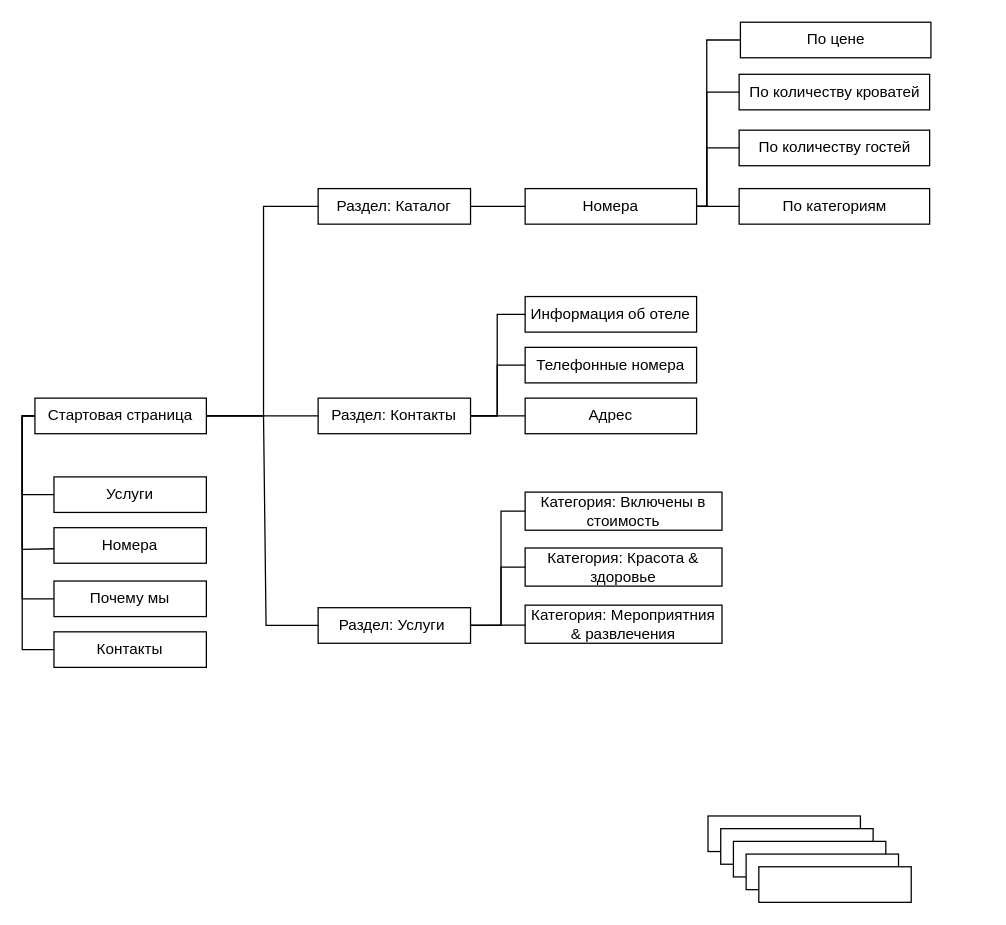
trapbed/KursovayaHotel keeps this draw.io diagram as page "Логическая (1)" (1 of 4) of documentation/Отель логическая структура.drawio. Above is the earlier version. Source tidied: cells renumbered, new cells numbered last; positions are measured from the earlier drawing's top-left corner, leaving out a move shared by most shapes. Both pictures are drawn from the tidied source at 127%, with x=0, y=0 at pixel (22, 22).
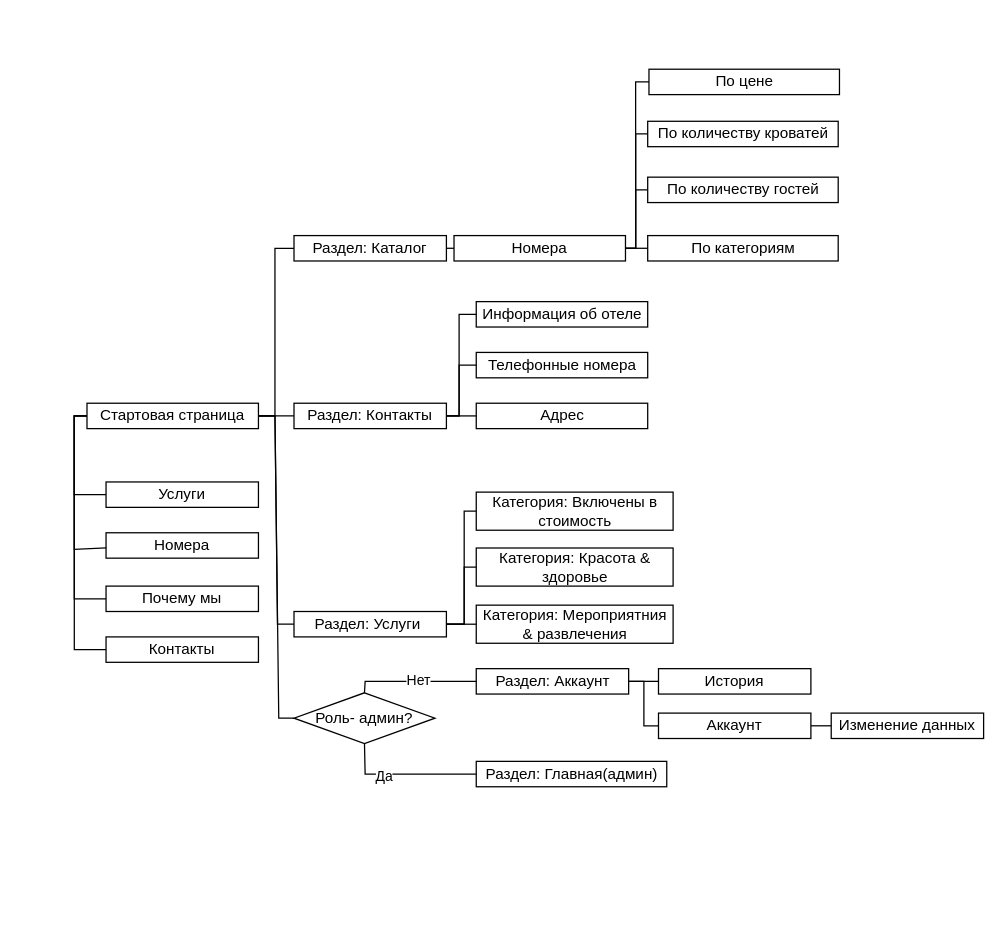
Above is the later version.

What changed in the source:
```diff
@@
     <mxCell id="2" value="Номера" style="rounded=0;whiteSpace=wrap;html=1;" parent="1" vertex="1">
-      <mxGeometry x="25" y="398" width="120" height="28" as="geometry" />
+      <mxGeometry x="66" y="402" width="120" height="20" as="geometry" />
     </mxCell>
     <mxCell id="3" value="Почему мы" style="rounded=0;whiteSpace=wrap;html=1;" parent="1" vertex="1">
-      <mxGeometry x="25" y="440" width="120" height="28" as="geometry" />
+      <mxGeometry x="66" y="444" width="120" height="20" as="geometry" />
     </mxCell>
     <mxCell id="4" value="Стартовая страница" style="rounded=0;whiteSpace=wrap;html=1;" parent="1" vertex="1">
-      <mxGeometry x="10" y="296" width="135" height="28" as="geometry" />
+      <mxGeometry x="51" y="300" width="135" height="20" as="geometry" />
     </mxCell>
     <mxCell id="5" value="Раздел: Каталог" style="rounded=0;whiteSpace=wrap;html=1;" parent="1" vertex="1">
-      <mxGeometry x="233" y="131" width="120" height="28" as="geometry" />
+      <mxGeometry x="214" y="168" width="120" height="20" as="geometry" />
     </mxCell>
     <mxCell id="6" value="Раздел: Контакты" style="rounded=0;whiteSpace=wrap;html=1;" parent="1" vertex="1">
-      <mxGeometry x="233" y="296" width="120" height="28" as="geometry" />
+      <mxGeometry x="214" y="300" width="120" height="20" as="geometry" />
     </mxCell>
     <mxCell id="7" value="Раздел: Услуги&amp;nbsp;" style="rounded=0;whiteSpace=wrap;html=1;" parent="1" vertex="1">
-      <mxGeometry x="233" y="461" width="120" height="28" as="geometry" />
+      <mxGeometry x="214" y="464" width="120" height="20" as="geometry" />
     </mxCell>
     <mxCell id="8" value="Услуги" style="rounded=0;whiteSpace=wrap;html=1;" parent="1" vertex="1">
-      <mxGeometry x="25" y="358" width="120" height="28" as="geometry" />
+      <mxGeometry x="66" y="362" width="120" height="20" as="geometry" />
     </mxCell>
     <mxCell id="9" value="Контакты" style="rounded=0;whiteSpace=wrap;html=1;" parent="1" vertex="1">
-      <mxGeometry x="25" y="480" width="120" height="28" as="geometry" />
+      <mxGeometry x="66" y="484" width="120" height="20" as="geometry" />
     </mxCell>
     <mxCell id="10" value="Телефонные номера" style="rounded=0;whiteSpace=wrap;html=1;" parent="1" vertex="1">
-      <mxGeometry x="396" y="256" width="135" height="28" as="geometry" />
+      <mxGeometry x="357.5" y="260" width="135" height="20" as="geometry" />
     </mxCell>
     <mxCell id="11" value="Адрес" style="rounded=0;whiteSpace=wrap;html=1;" parent="1" vertex="1">
-      <mxGeometry x="396" y="296" width="135" height="28" as="geometry" />
+      <mxGeometry x="357.5" y="300" width="135" height="20" as="geometry" />
     </mxCell>
     <mxCell id="12" value="Категория: Включены в стоимость" style="rounded=0;whiteSpace=wrap;html=1;" parent="1" vertex="1">
-      <mxGeometry x="396" y="370" width="155" height="30" as="geometry" />
+      <mxGeometry x="357.5" y="370" width="155" height="30" as="geometry" />
     </mxCell>
     <mxCell id="13" value="Категория: Красота &amp;amp; здоровье" style="rounded=0;whiteSpace=wrap;html=1;" parent="1" vertex="1">
-      <mxGeometry x="396" y="414" width="155" height="30" as="geometry" />
+      <mxGeometry x="357.5" y="414" width="155" height="30" as="geometry" />
     </mxCell>
     <mxCell id="14" value="Категория: Мероприятния &amp;amp; развлечения" style="rounded=0;whiteSpace=wrap;html=1;" parent="1" vertex="1">
-      <mxGeometry x="396" y="459" width="155" height="30" as="geometry" />
+      <mxGeometry x="357.5" y="459" width="155" height="30" as="geometry" />
     </mxCell>
-    <mxCell id="15" style="rounded=0;whiteSpace=wrap;html=1;" parent="1" vertex="1">
-      <mxGeometry x="540" y="625" width="120" height="28" as="geometry" />
-    </mxCell>
-    <mxCell id="16" style="rounded=0;whiteSpace=wrap;html=1;" parent="1" vertex="1">
-      <mxGeometry x="550" y="635" width="120" height="28" as="geometry" />
-    </mxCell>
-    <mxCell id="17" style="rounded=0;whiteSpace=wrap;html=1;" parent="1" vertex="1">
-      <mxGeometry x="560" y="645" width="120" height="28" as="geometry" />
-    </mxCell>
-    <mxCell id="18" style="rounded=0;whiteSpace=wrap;html=1;" parent="1" vertex="1">
-      <mxGeometry x="570" y="655" width="120" height="28" as="geometry" />
-    </mxCell>
-    <mxCell id="19" style="rounded=0;whiteSpace=wrap;html=1;" parent="1" vertex="1">
-      <mxGeometry x="580" y="665" width="120" height="28" as="geometry" />
+    <mxCell id="19" value="Раздел: Главная(админ)" style="rounded=0;whiteSpace=wrap;html=1;" parent="1" vertex="1">
+      <mxGeometry x="357.5" y="582" width="150" height="20" as="geometry" />
     </mxCell>
     <mxCell id="20" value="Информация об отеле" style="rounded=0;whiteSpace=wrap;html=1;" parent="1" vertex="1">
-      <mxGeometry x="396" y="216" width="135" height="28" as="geometry" />
+      <mxGeometry x="357.5" y="220" width="135" height="20" as="geometry" />
     </mxCell>
@@
     <mxCell id="22" style="endArrow=none;html=1;rounded=0;entryX=0;entryY=0.5;entryDx=0;entryDy=0;exitX=1;exitY=0.5;exitDx=0;exitDy=0;" parent="1" edge="1" source="4" target="5">
       <mxGeometry relative="1" as="geometry">
         <Array as="points">
-          <mxPoint x="190" y="310" />
-          <mxPoint x="190" y="145" />
+          <mxPoint x="199" y="310" />
+          <mxPoint x="199" y="178" />
         </Array>
       </mxGeometry>
     </mxCell>
     <mxCell id="23" style="endArrow=none;html=1;rounded=0;entryX=0;entryY=0.5;entryDx=0;entryDy=0;exitX=1;exitY=0.5;exitDx=0;exitDy=0;" parent="1" edge="1" source="4" target="7">
       <mxGeometry relative="1" as="geometry">
         <Array as="points">
-          <mxPoint x="190" y="310" />
-          <mxPoint x="192" y="475" />
+          <mxPoint x="199" y="310" />
+          <mxPoint x="201" y="474" />
         </Array>
       </mxGeometry>
     </mxCell>
     <mxCell id="24" value="Номера" style="rounded=0;whiteSpace=wrap;html=1;" parent="1" vertex="1">
-      <mxGeometry x="396" y="131" width="135" height="28" as="geometry" />
+      <mxGeometry x="340" y="168" width="135" height="20" as="geometry" />
     </mxCell>
     <mxCell id="25" value="По количеству гостей" style="rounded=0;whiteSpace=wrap;html=1;" parent="1" vertex="1">
-      <mxGeometry x="564.5" y="85" width="150" height="28" as="geometry" />
+      <mxGeometry x="492.5" y="122" width="150" height="20" as="geometry" />
     </mxCell>
     <mxCell id="26" value="По категориям" style="rounded=0;whiteSpace=wrap;html=1;" parent="1" vertex="1">
-      <mxGeometry x="564.5" y="131" width="150" height="28" as="geometry" />
+      <mxGeometry x="492.5" y="168" width="150" height="20" as="geometry" />
     </mxCell>
     <mxCell id="27" value="По количеству кроватей" style="rounded=0;whiteSpace=wrap;html=1;" parent="1" vertex="1">
-      <mxGeometry x="564.5" y="41" width="150" height="28" as="geometry" />
+      <mxGeometry x="492.5" y="78" width="150" height="20" as="geometry" />
     </mxCell>
     <mxCell id="28" value="По цене" style="rounded=0;whiteSpace=wrap;html=1;" parent="1" vertex="1">
-      <mxGeometry x="565.5" width="150" height="28" as="geometry" />
+      <mxGeometry x="493.5" y="37" width="150" height="20" as="geometry" />
     </mxCell>
@@
     <mxCell id="30" style="endArrow=none;html=1;rounded=0;entryX=0;entryY=0.5;entryDx=0;entryDy=0;exitX=1;exitY=0.5;exitDx=0;exitDy=0;" parent="1" edge="1" source="6" target="20">
       <mxGeometry relative="1" as="geometry">
         <Array as="points">
-          <mxPoint x="374" y="310" />
-          <mxPoint x="374" y="230" />
+          <mxPoint x="344" y="310" />
+          <mxPoint x="344" y="230" />
         </Array>
       </mxGeometry>
     </mxCell>
     <mxCell id="31" style="endArrow=none;html=1;rounded=0;entryX=0;entryY=0.5;entryDx=0;entryDy=0;exitX=1;exitY=0.5;exitDx=0;exitDy=0;" parent="1" edge="1" source="6" target="10">
       <mxGeometry relative="1" as="geometry">
         <Array as="points">
-          <mxPoint x="374" y="310" />
-          <mxPoint x="374" y="270" />
+          <mxPoint x="344" y="310" />
+          <mxPoint x="344" y="270" />
         </Array>
       </mxGeometry>
     </mxCell>
@@
     <mxCell id="33" style="endArrow=none;html=1;rounded=0;entryX=0;entryY=0.5;entryDx=0;entryDy=0;exitX=1;exitY=0.5;exitDx=0;exitDy=0;" parent="1" edge="1" source="7" target="12">
       <mxGeometry relative="1" as="geometry">
         <Array as="points">
-          <mxPoint x="377" y="475" />
-          <mxPoint x="377" y="385" />
+          <mxPoint x="348" y="474" />
+          <mxPoint x="348" y="385" />
         </Array>
       </mxGeometry>
     </mxCell>
     <mxCell id="34" style="endArrow=none;html=1;rounded=0;entryX=0;entryY=0.5;entryDx=0;entryDy=0;exitX=1;exitY=0.5;exitDx=0;exitDy=0;" parent="1" edge="1" source="7" target="13">
       <mxGeometry relative="1" as="geometry">
         <Array as="points">
-          <mxPoint x="377" y="475" />
-          <mxPoint x="377" y="429" />
+          <mxPoint x="348" y="474" />
+          <mxPoint x="348" y="429" />
         </Array>
       </mxGeometry>
     </mxCell>
     <mxCell id="35" style="endArrow=none;html=1;rounded=0;entryX=1;entryY=0.5;entryDx=0;entryDy=0;exitX=0;exitY=0.5;exitDx=0;exitDy=0;" parent="1" edge="1" source="28" target="24">
       <mxGeometry relative="1" as="geometry">
         <Array as="points">
-          <mxPoint x="539" y="14" />
-          <mxPoint x="539" y="145" />
+          <mxPoint x="483" y="47" />
+          <mxPoint x="483" y="178" />
         </Array>
       </mxGeometry>
     </mxCell>
     <mxCell id="36" style="endArrow=none;html=1;rounded=0;entryX=0;entryY=0.5;entryDx=0;entryDy=0;exitX=1;exitY=0.5;exitDx=0;exitDy=0;" parent="1" edge="1" source="24" target="27">
       <mxGeometry relative="1" as="geometry">
         <Array as="points">
-          <mxPoint x="539" y="145" />
-          <mxPoint x="539" y="55" />
+          <mxPoint x="483" y="178" />
+          <mxPoint x="483" y="88" />
         </Array>
       </mxGeometry>
     </mxCell>
     <mxCell id="37" style="endArrow=none;html=1;rounded=0;entryX=0;entryY=0.5;entryDx=0;entryDy=0;exitX=1;exitY=0.5;exitDx=0;exitDy=0;" parent="1" edge="1" source="24" target="25">
       <mxGeometry relative="1" as="geometry">
         <Array as="points">
-          <mxPoint x="539" y="145" />
-          <mxPoint x="539" y="99" />
+          <mxPoint x="483" y="178" />
+          <mxPoint x="483" y="132" />
         </Array>
       </mxGeometry>
     </mxCell>
@@
     <mxCell id="39" style="endArrow=none;html=1;rounded=0;entryX=0;entryY=0.5;entryDx=0;entryDy=0;exitX=0;exitY=0.5;exitDx=0;exitDy=0;" parent="1" edge="1" source="9" target="4">
       <mxGeometry relative="1" as="geometry">
         <Array as="points">
-          <mxPoint y="494" />
-          <mxPoint y="310" />
+          <mxPoint x="41" y="494" />
+          <mxPoint x="41" y="310" />
         </Array>
       </mxGeometry>
     </mxCell>
     <mxCell id="40" style="endArrow=none;html=1;rounded=0;entryX=0;entryY=0.5;entryDx=0;entryDy=0;exitX=0;exitY=0.5;exitDx=0;exitDy=0;" parent="1" edge="1" source="3" target="4">
       <mxGeometry relative="1" as="geometry">
         <Array as="points">
-          <mxPoint y="454" />
-          <mxPoint y="310" />
+          <mxPoint x="41" y="454" />
+          <mxPoint x="41" y="310" />
         </Array>
       </mxGeometry>
     </mxCell>
     <mxCell id="41" style="endArrow=none;html=1;rounded=0;entryX=0;entryY=0.5;entryDx=0;entryDy=0;exitX=0.002;exitY=0.592;exitDx=0;exitDy=0;exitPerimeter=0;" parent="1" edge="1" source="2" target="4">
       <mxGeometry relative="1" as="geometry">
         <Array as="points">
-          <mxPoint y="415" />
-          <mxPoint y="310" />
+          <mxPoint x="41" y="415" />
+          <mxPoint x="41" y="310" />
         </Array>
       </mxGeometry>
     </mxCell>
     <mxCell id="42" style="endArrow=none;html=1;rounded=0;entryX=0;entryY=0.5;entryDx=0;entryDy=0;exitX=0;exitY=0.5;exitDx=0;exitDy=0;" parent="1" edge="1" source="8" target="4">
       <mxGeometry relative="1" as="geometry">
         <Array as="points">
-          <mxPoint y="372" />
-          <mxPoint y="310" />
+          <mxPoint x="41" y="372" />
+          <mxPoint x="41" y="310" />
         </Array>
       </mxGeometry>
     </mxCell>
@@
+    <mxCell id="44" value="Аккаунт" style="rounded=0;whiteSpace=wrap;html=1;" parent="1" vertex="1">
+      <mxGeometry x="501" y="544" width="120" height="20" as="geometry" />
+    </mxCell>
+    <mxCell id="45" value="История" style="rounded=0;whiteSpace=wrap;html=1;" parent="1" vertex="1">
+      <mxGeometry x="501" y="509" width="120" height="20" as="geometry" />
+    </mxCell>
+    <mxCell id="46" value="Раздел: Аккаунт" style="rounded=0;whiteSpace=wrap;html=1;" parent="1" vertex="1">
+      <mxGeometry x="357.5" y="509" width="120" height="20" as="geometry" />
+    </mxCell>
+    <mxCell id="47" value="Изменение данных" style="rounded=0;whiteSpace=wrap;html=1;" parent="1" vertex="1">
+      <mxGeometry x="637" y="544" width="120" height="20" as="geometry" />
+    </mxCell>
+    <mxCell id="48" style="endArrow=none;html=1;rounded=0;entryX=0;entryY=0.5;entryDx=0;entryDy=0;exitX=1;exitY=0.5;exitDx=0;exitDy=0;" parent="1" edge="1" source="46" target="44">
+      <mxGeometry relative="1" as="geometry">
+        <Array as="points">
+          <mxPoint x="489.5" y="519" />
+          <mxPoint x="489.5" y="554" />
+        </Array>
+      </mxGeometry>
+    </mxCell>
+    <mxCell id="49" style="endArrow=none;html=1;rounded=0;entryX=0;entryY=0.5;entryDx=0;entryDy=0;" parent="1" edge="1" source="46" target="45">
+      <mxGeometry relative="1" as="geometry" />
+    </mxCell>
+    <mxCell id="50" style="endArrow=none;html=1;rounded=0;entryX=0;entryY=0.5;entryDx=0;entryDy=0;" parent="1" edge="1" source="44" target="47">
+      <mxGeometry relative="1" as="geometry" />
+    </mxCell>
+    <mxCell id="51" value="Роль- админ?" style="rhombus;whiteSpace=wrap;html=1;" parent="1" vertex="1">
+      <mxGeometry x="214" y="528" width="111" height="40" as="geometry" />
+    </mxCell>
+    <mxCell id="52" style="endArrow=none;html=1;rounded=0;exitX=0.5;exitY=0;exitDx=0;exitDy=0;entryX=0;entryY=0.5;entryDx=0;entryDy=0;" parent="1" edge="1" source="51" target="46">
+      <mxGeometry relative="1" as="geometry">
+        <Array as="points">
+          <mxPoint x="270" y="519" />
+        </Array>
+      </mxGeometry>
+    </mxCell>
+    <mxCell id="53" value="Нет" style="edgeLabel;html=1;align=center;verticalAlign=middle;" parent="52" vertex="1">
+      <mxGeometry x="0.05" y="2" relative="1" as="geometry" />
+    </mxCell>
+    <mxCell id="54" style="endArrow=none;html=1;rounded=0;exitX=0.5;exitY=1;exitDx=0;exitDy=0;entryX=0;entryY=0.5;entryDx=0;entryDy=0;" parent="1" edge="1" source="51" target="19">
+      <mxGeometry relative="1" as="geometry">
+        <Array as="points">
+          <mxPoint x="270" y="592" />
+        </Array>
+      </mxGeometry>
+    </mxCell>
+    <mxCell id="55" value="Да" style="edgeLabel;html=1;align=center;verticalAlign=middle;" parent="54" vertex="1">
+      <mxGeometry x="-0.3" y="-1" relative="1" as="geometry" />
+    </mxCell>
+    <mxCell id="56" style="endArrow=none;html=1;rounded=0;entryX=1;entryY=0.5;entryDx=0;entryDy=0;exitX=0;exitY=0.5;exitDx=0;exitDy=0;" parent="1" edge="1" source="51" target="4">
+      <mxGeometry relative="1" as="geometry">
+        <Array as="points">
+          <mxPoint x="202" y="548" />
+          <mxPoint x="199" y="310" />
+        </Array>
+      </mxGeometry>
+    </mxCell>
```
